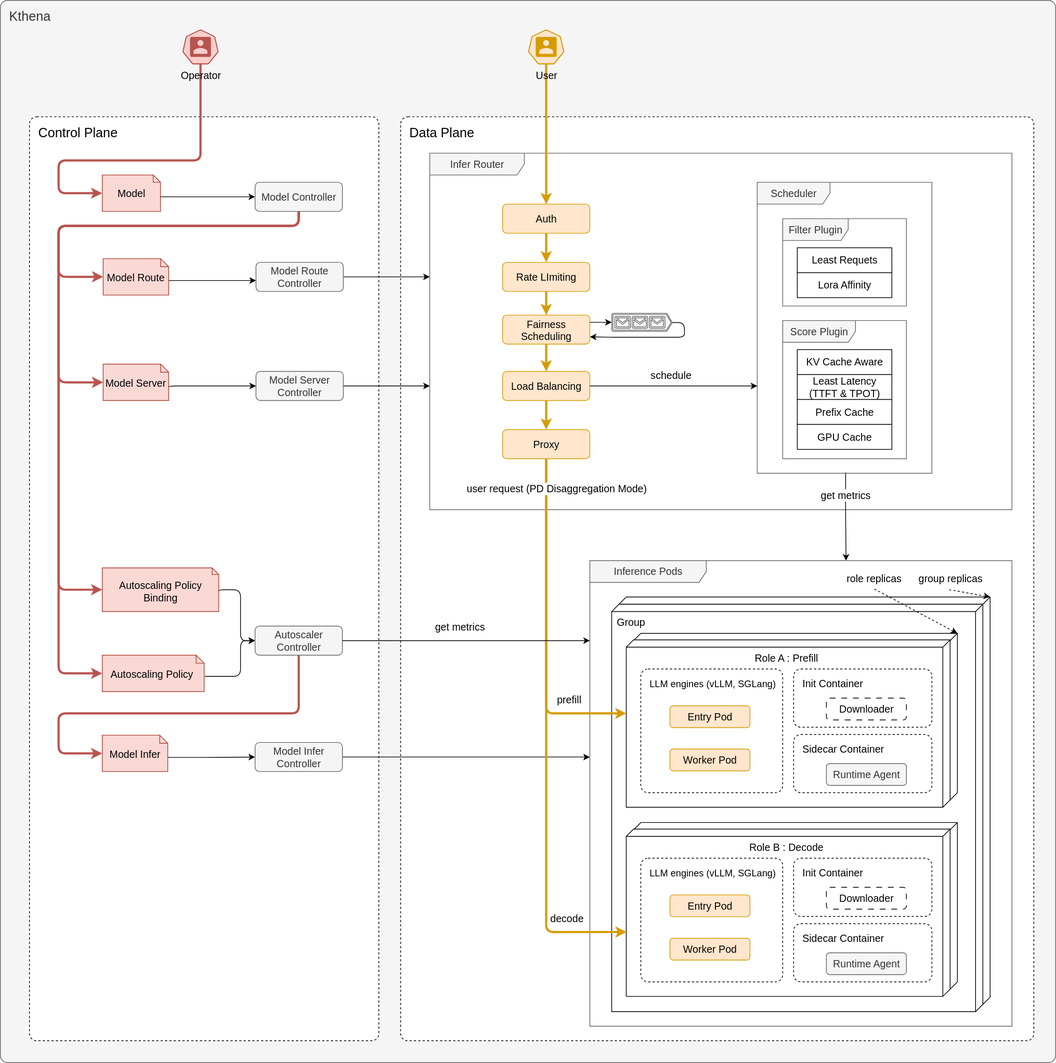
Before: docs/kthena/static/img/diagrams/architecture/architecture_overview.svg, a diagram exported from draw.io (matrixinfer-ai/kthena). Source tidied: cells renumbered, new cells last; positions are measured from the earlier drawing's top-left corner, leaving out a move shared by most shapes.
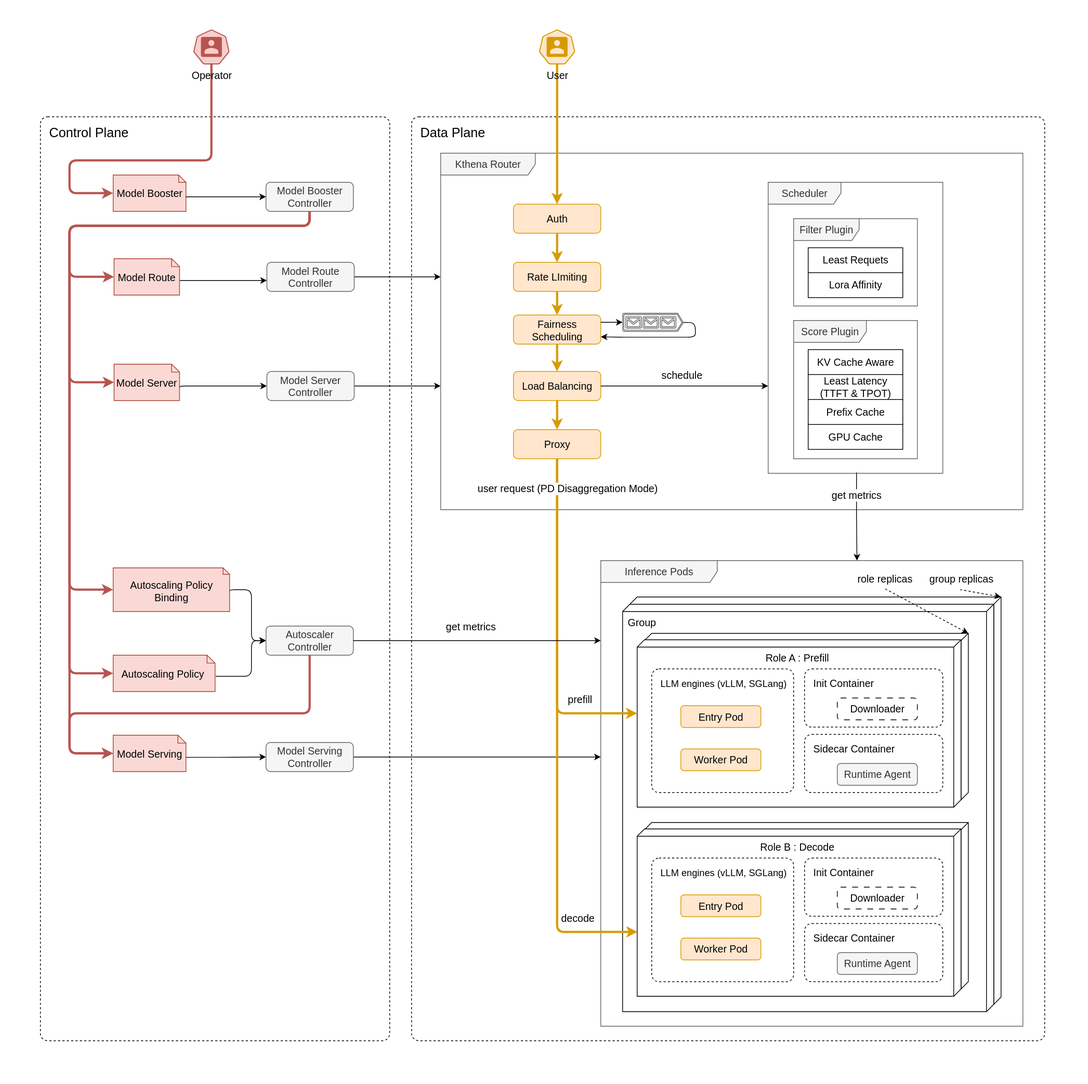
After the commit.

The edit, as a diff of the source:
```diff
@@ -2,16 +2,16 @@
   <root>
     <mxCell id="0" />
     <mxCell id="1" parent="0" />
-    <mxCell id="2" value="&lt;font style=&quot;font-size: 18px;&quot;&gt;Kthena&lt;/font&gt;" style="rounded=1;absoluteArcSize=1;arcSize=20;html=1;verticalAlign=top;align=left;spacingTop=5;spacingLeft=10;whiteSpace=wrap;fontSize=14;fillStyle=solid;fillColor=#f5f5f5;fontColor=#333333;strokeColor=#666666;" parent="1" vertex="1">
-      <mxGeometry width="1450" height="1460" as="geometry" />
-    </mxCell>
+    <mxCell id="95" style="rounded=0;whiteSpace=wrap;html=1;fillColor=none;strokeColor=none;" parent="1" vertex="1">
+      <mxGeometry x="-15" width="1495" height="1490" as="geometry" />
+    </mxCell>
     <mxCell id="3" value="&lt;font style=&quot;font-size: 18px;&quot;&gt;Data Plane&lt;/font&gt;" style="dashed=1;rounded=1;absoluteArcSize=1;arcSize=20;html=1;verticalAlign=top;align=left;spacingTop=5;spacingLeft=10;whiteSpace=wrap;fontSize=14;" parent="1" vertex="1">
       <mxGeometry x="550" y="160" width="870" height="1270" as="geometry" />
     </mxCell>
     <mxCell id="4" value="&lt;font style=&quot;font-size: 18px;&quot;&gt;Control Plane&lt;/font&gt;" style="dashed=1;rounded=1;absoluteArcSize=1;arcSize=20;html=1;verticalAlign=top;align=left;spacingTop=5;spacingLeft=10;whiteSpace=wrap;fontSize=14;" parent="1" vertex="1">
       <mxGeometry x="40" y="160" width="480" height="1270" as="geometry" />
     </mxCell>
-    <mxCell id="5" value="Infer Router" style="shape=umlFrame;whiteSpace=wrap;html=1;width=130;fillStyle=solid;fillColor=#f5f5f5;fontColor=#333333;strokeColor=#666666;fontSize=14;height=30;rounded=1;" parent="1" vertex="1">
+    <mxCell id="5" value="Kthena Router" style="shape=umlFrame;whiteSpace=wrap;html=1;width=130;fillStyle=solid;fillColor=#f5f5f5;fontColor=#333333;strokeColor=#666666;fontSize=14;height=30;rounded=1;" parent="1" vertex="1">
       <mxGeometry x="590" y="210" width="800" height="490" as="geometry" />
     </mxCell>
     <mxCell id="6" value="Inference Pods" style="shape=umlFrame;whiteSpace=wrap;html=1;width=160;fillColor=#f5f5f5;fontColor=#333333;strokeColor=#666666;fontSize=14;rounded=1;" parent="1" vertex="1">
@@ -251,8 +251,8 @@
         <mxPoint x="2" y="14" as="offset" />
       </mxGeometry>
     </mxCell>
-    <mxCell id="61" value="&lt;font style=&quot;color: rgb(0, 0, 0);&quot;&gt;Model&lt;/font&gt;" style="shape=note2;boundedLbl=1;whiteSpace=wrap;html=1;size=10;verticalAlign=top;align=center;fillColor=#fad9d5;strokeColor=#ae4132;fontSize=14;rounded=1;" parent="1" vertex="1">
-      <mxGeometry x="140" y="240" width="80" height="50" as="geometry" />
+    <mxCell id="61" value="&lt;font style=&quot;color: rgb(0, 0, 0);&quot;&gt;Model Booster&lt;/font&gt;" style="shape=note2;boundedLbl=1;whiteSpace=wrap;html=1;size=10;verticalAlign=top;align=center;fillColor=#fad9d5;strokeColor=#ae4132;fontSize=14;rounded=1;" parent="1" vertex="1">
+      <mxGeometry x="140" y="240" width="100" height="50" as="geometry" />
     </mxCell>
     <mxCell id="62" style="edgeStyle=orthogonalEdgeStyle;rounded=1;jettySize=auto;html=1;entryX=0;entryY=0.5;entryDx=0;entryDy=0;fontSize=14;" parent="1" edge="1" source="61" target="63">
       <mxGeometry relative="1" as="geometry">
@@ -262,16 +262,16 @@
         </Array>
       </mxGeometry>
     </mxCell>
-    <mxCell id="63" value="Model Controller" style="fontStyle=0;html=1;whiteSpace=wrap;fontSize=14;fillColor=#f5f5f5;strokeColor=#666666;fontColor=#333333;rounded=1;" parent="1" vertex="1">
+    <mxCell id="63" value="Model Booster Controller" style="fontStyle=0;html=1;whiteSpace=wrap;fontSize=14;fillColor=#f5f5f5;strokeColor=#666666;fontColor=#333333;rounded=1;" parent="1" vertex="1">
       <mxGeometry x="350" y="250" width="120" height="40" as="geometry" />
     </mxCell>
     <mxCell id="64" style="edgeStyle=orthogonalEdgeStyle;rounded=1;jettySize=auto;html=1;exitX=0;exitY=0;exitDx=90;exitDy=30.5;entryX=0;entryY=0.5;entryDx=0;entryDy=0;fontSize=14;exitPerimeter=0;" parent="1" edge="1" source="65" target="66">
       <mxGeometry relative="1" as="geometry" />
     </mxCell>
-    <mxCell id="65" value="Model Infer" style="shape=note2;boundedLbl=1;whiteSpace=wrap;html=1;size=11;verticalAlign=top;align=center;fillColor=#fad9d5;strokeColor=#ae4132;fontSize=14;fontColor=#000000;rounded=1;" parent="1" vertex="1">
-      <mxGeometry x="140" y="1010" width="90" height="50" as="geometry" />
+    <mxCell id="65" value="Model Serving" style="shape=note2;boundedLbl=1;whiteSpace=wrap;html=1;size=11;verticalAlign=top;align=center;fillColor=#fad9d5;strokeColor=#ae4132;fontSize=14;fontColor=#000000;rounded=1;" parent="1" vertex="1">
+      <mxGeometry x="140" y="1010" width="100" height="50" as="geometry" />
     </mxCell>
-    <mxCell id="66" value="Model Infer Controller" style="fontStyle=0;html=1;whiteSpace=wrap;fontSize=14;fillColor=#f5f5f5;strokeColor=#666666;fontColor=#333333;rounded=1;" parent="1" vertex="1">
+    <mxCell id="66" value="Model Serving Controller" style="fontStyle=0;html=1;whiteSpace=wrap;fontSize=14;fillColor=#f5f5f5;strokeColor=#666666;fontColor=#333333;rounded=1;" parent="1" vertex="1">
       <mxGeometry x="350" y="1020" width="120" height="40" as="geometry" />
     </mxCell>
     <mxCell id="67" value="Model Server Controller" style="fontStyle=0;html=1;whiteSpace=wrap;fontSize=14;fillColor=#f5f5f5;strokeColor=#666666;fontColor=#333333;rounded=1;" parent="1" vertex="1">
@@ -380,5 +380,14 @@
         <mxPoint x="-3" y="1" as="offset" />
       </mxGeometry>
     </mxCell>
+    <mxCell id="96" style="edgeStyle=orthogonalEdgeStyle;rounded=1;jettySize=auto;html=1;exitX=0.5;exitY=1;exitDx=0;exitDy=0;fontSize=14;fillColor=#f8cecc;strokeColor=#b85450;strokeWidth=3;entryX=0;entryY=0.5;entryDx=0;entryDy=0;entryPerimeter=0;" parent="1" edge="1" source="63" target="65">
+      <mxGeometry relative="1" as="geometry">
+        <Array as="points">
+          <mxPoint x="410" y="310" />
+          <mxPoint x="80" y="310" />
+          <mxPoint x="80" y="1035" />
+        </Array>
+      </mxGeometry>
+    </mxCell>
   </root>
 </mxGraphModel>
```
